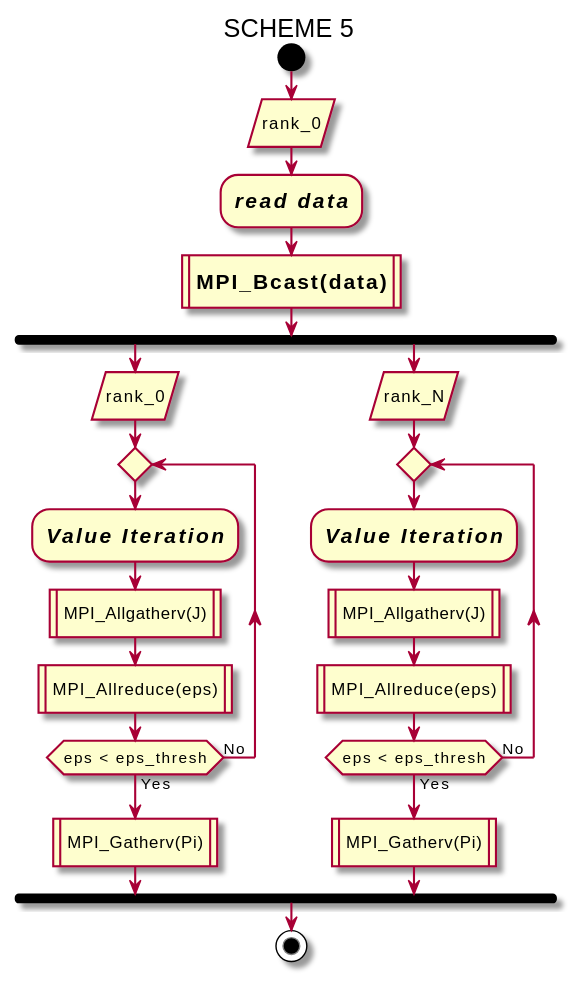
This is out/src/scheme5/scheme5.svg from hashkode/hpcfmi-mpivi, a PlantUML export, as it was before one commit.
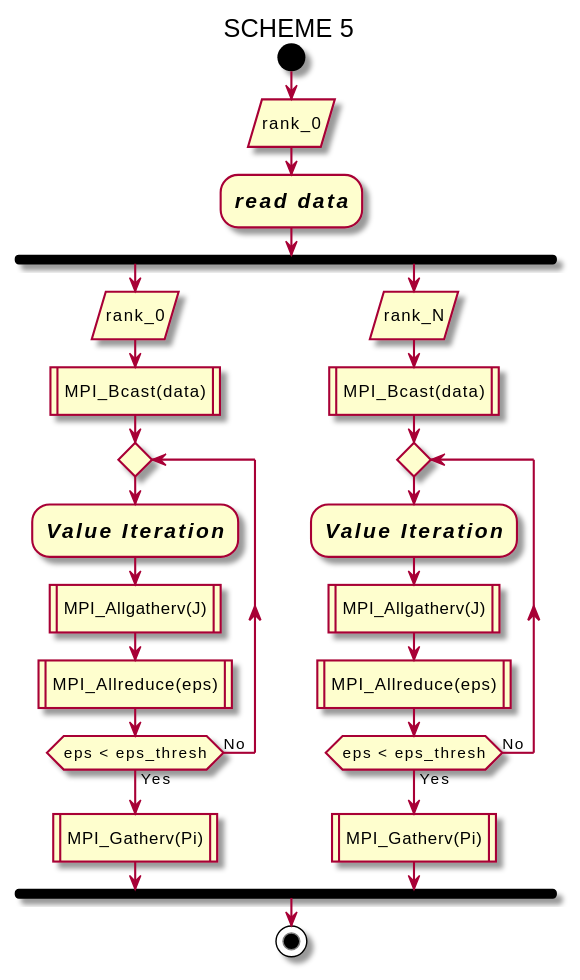
After the commit.

Diff of the diagram source:
```diff
@@ -3,9 +3,9 @@
 start
     :rank_0/
     :<size:15><i><b>read data</b></i></size>;
-:<size:15><b>MPI_Bcast(data)</b></size>|
 fork
     :rank_0/
+    :MPI_Bcast(data)|
 repeat
     :<size:15><i><b>Value Iteration</b></i></size>;
     :MPI_Allgatherv(J)|
@@ -14,6 +14,7 @@
 :MPI_Gatherv(Pi)|
 fork again
     :rank_N/
+    :MPI_Bcast(data)|
 repeat
     :<size:15><i><b>Value Iteration</b></i></size>;
     :MPI_Allgatherv(J)|
```
